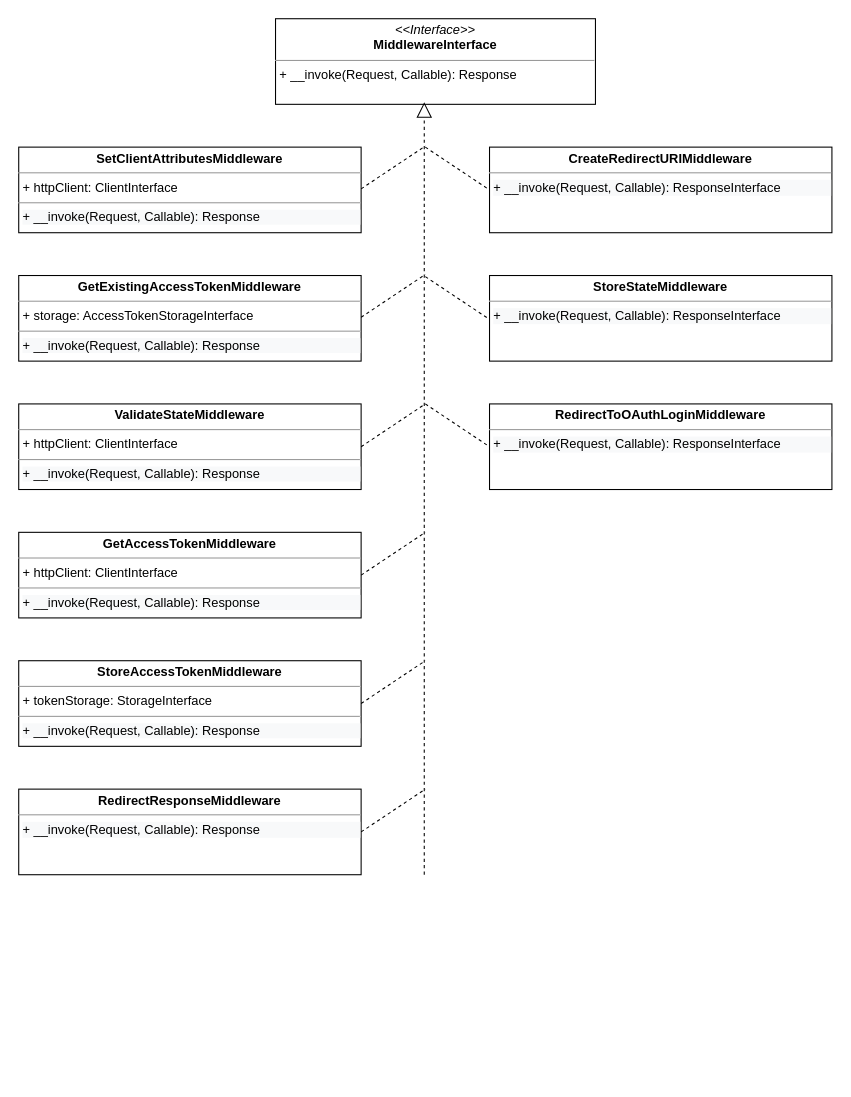
This is page "Page-1" (1 of 3) of oauth.drawio from andrzej-pakula/oauth-api-connector-bundle, a draw.io file, before an edit. Source tidied: cells renumbered, new cells numbered last; positions are measured from the earlier drawing's top-left corner, leaving out a move shared by most shapes. Both pictures are drawn from the tidied source at 107%, with x=0, y=0 at pixel (18, 18).
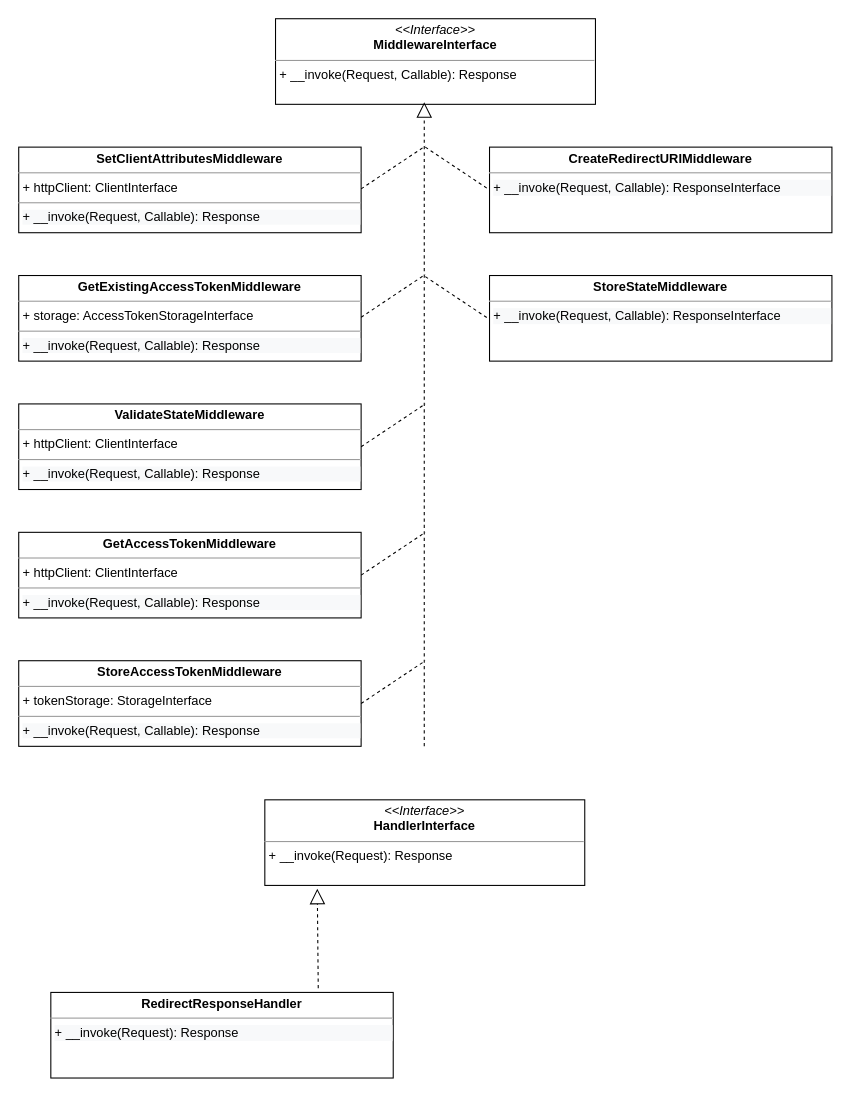
The same page after the edit.

Change to the diagram source:
```diff
@@
-    <mxCell id="5" value="&lt;p style=&quot;margin: 0px ; margin-top: 4px ; text-align: center&quot;&gt;&lt;b&gt;RedirectResponseMiddleware&lt;/b&gt;&lt;/p&gt;&lt;hr size=&quot;1&quot;&gt;&lt;p style=&quot;margin: 0px ; margin-left: 4px&quot;&gt;&lt;/p&gt;&lt;p style=&quot;margin: 0px ; margin-left: 4px&quot;&gt;&lt;span style=&quot;color: rgb(0 , 0 , 0) ; font-family: &amp;#34;helvetica&amp;#34; ; font-size: 12px ; font-style: normal ; font-weight: 400 ; letter-spacing: normal ; text-align: left ; text-indent: 0px ; text-transform: none ; word-spacing: 0px ; background-color: rgb(248 , 249 , 250) ; float: none ; display: inline&quot;&gt;&lt;/span&gt;&lt;/p&gt;&lt;p style=&quot;color: rgb(0 , 0 , 0) ; font-family: &amp;#34;helvetica&amp;#34; ; font-size: 12px ; font-style: normal ; font-weight: 400 ; letter-spacing: normal ; text-align: left ; text-indent: 0px ; text-transform: none ; word-spacing: 0px ; background-color: rgb(248 , 249 , 250) ; margin: 0px 0px 0px 4px&quot;&gt;&lt;span&gt;+ __invoke(Request, Callable): Response&lt;/span&gt;&lt;/p&gt;" style="verticalAlign=top;align=left;overflow=fill;fontSize=12;fontFamily=Helvetica;html=1;" parent="1" vertex="1">
-      <mxGeometry y="720" width="320" height="80" as="geometry" />
-    </mxCell>
@@
-    <mxCell id="8" value="&lt;p style=&quot;margin: 0px ; margin-top: 4px ; text-align: center&quot;&gt;&lt;b&gt;RedirectToOAuthLoginMiddleware&lt;/b&gt;&lt;/p&gt;&lt;hr size=&quot;1&quot;&gt;&lt;p style=&quot;margin: 0px ; margin-left: 4px&quot;&gt;&lt;/p&gt;&lt;p style=&quot;margin: 0px ; margin-left: 4px&quot;&gt;&lt;span style=&quot;color: rgb(0 , 0 , 0) ; font-family: &amp;#34;helvetica&amp;#34; ; font-size: 12px ; font-style: normal ; font-weight: 400 ; letter-spacing: normal ; text-align: left ; text-indent: 0px ; text-transform: none ; word-spacing: 0px ; background-color: rgb(248 , 249 , 250) ; float: none ; display: inline&quot;&gt;&lt;/span&gt;&lt;/p&gt;&lt;p style=&quot;color: rgb(0 , 0 , 0) ; font-family: &amp;#34;helvetica&amp;#34; ; font-size: 12px ; font-style: normal ; font-weight: 400 ; letter-spacing: normal ; text-align: left ; text-indent: 0px ; text-transform: none ; word-spacing: 0px ; background-color: rgb(248 , 249 , 250) ; margin: 0px 0px 0px 4px&quot;&gt;&lt;span&gt;+ __invoke(Request, Callable): ResponseInterface&lt;/span&gt;&lt;/p&gt;" style="verticalAlign=top;align=left;overflow=fill;fontSize=12;fontFamily=Helvetica;html=1;" parent="1" vertex="1">
-      <mxGeometry x="440" y="360" width="320" height="80" as="geometry" />
-    </mxCell>
     <mxCell id="9" style="endArrow=block;dashed=1;endFill=0;endSize=12;html=1;" parent="1" edge="1">
       <mxGeometry relative="1" as="geometry">
-        <mxPoint x="379" y="800" as="sourcePoint" />
+        <mxPoint x="379" y="680" as="sourcePoint" />
         <mxPoint x="379" y="78" as="targetPoint" />
       </mxGeometry>
     </mxCell>
@@
-    <mxCell id="13" style="endArrow=none;dashed=1;html=1;exitX=1;exitY=0.5;exitDx=0;exitDy=0;" parent="1" edge="1">
-      <mxGeometry relative="1" as="geometry">
-        <mxPoint x="320" y="760" as="sourcePoint" />
-        <mxPoint x="380" y="720" as="targetPoint" />
-        <Array as="points">
-          <mxPoint x="380" y="720" />
-        </Array>
-      </mxGeometry>
-    </mxCell>
@@
-    <mxCell id="21" style="endArrow=none;dashed=1;html=1;entryX=0;entryY=0.5;entryDx=0;entryDy=0;entryPerimeter=0;" parent="1" edge="1">
-      <mxGeometry relative="1" as="geometry">
-        <mxPoint x="380" y="360" as="sourcePoint" />
-        <mxPoint x="440" y="400" as="targetPoint" />
-      </mxGeometry>
-    </mxCell>
+    <mxCell id="22" value="&lt;p style=&quot;margin: 0px ; margin-top: 4px ; text-align: center&quot;&gt;&lt;i&gt;&amp;lt;&amp;lt;Interface&amp;gt;&amp;gt;&lt;/i&gt;&lt;br&gt;&lt;b&gt;HandlerInterface&lt;/b&gt;&lt;/p&gt;&lt;hr size=&quot;1&quot;&gt;&lt;p style=&quot;margin: 0px ; margin-left: 4px&quot;&gt;&lt;span&gt;+ __invoke(Request): Response&lt;/span&gt;&lt;/p&gt;&amp;nbsp;&amp;nbsp;&lt;p style=&quot;margin: 0px ; margin-left: 4px&quot;&gt;&lt;br&gt;&lt;/p&gt;" style="verticalAlign=top;align=left;overflow=fill;fontSize=12;fontFamily=Helvetica;html=1;" parent="1" vertex="1">
+      <mxGeometry x="230" y="730" width="299" height="80" as="geometry" />
+    </mxCell>
+    <mxCell id="23" value="&lt;p style=&quot;margin: 0px ; margin-top: 4px ; text-align: center&quot;&gt;&lt;b&gt;RedirectResponseHandler&lt;/b&gt;&lt;/p&gt;&lt;hr size=&quot;1&quot;&gt;&lt;p style=&quot;margin: 0px ; margin-left: 4px&quot;&gt;&lt;/p&gt;&lt;p style=&quot;margin: 0px ; margin-left: 4px&quot;&gt;&lt;span style=&quot;color: rgb(0 , 0 , 0) ; font-family: &amp;#34;helvetica&amp;#34; ; font-size: 12px ; font-style: normal ; font-weight: 400 ; letter-spacing: normal ; text-align: left ; text-indent: 0px ; text-transform: none ; word-spacing: 0px ; background-color: rgb(248 , 249 , 250) ; float: none ; display: inline&quot;&gt;&lt;/span&gt;&lt;/p&gt;&lt;p style=&quot;color: rgb(0 , 0 , 0) ; font-family: &amp;#34;helvetica&amp;#34; ; font-size: 12px ; font-style: normal ; font-weight: 400 ; letter-spacing: normal ; text-align: left ; text-indent: 0px ; text-transform: none ; word-spacing: 0px ; background-color: rgb(248 , 249 , 250) ; margin: 0px 0px 0px 4px&quot;&gt;&lt;span&gt;+ __invoke(Request): Response&lt;/span&gt;&lt;/p&gt;" style="verticalAlign=top;align=left;overflow=fill;fontSize=12;fontFamily=Helvetica;html=1;" parent="1" vertex="1">
+      <mxGeometry x="30" y="910" width="320" height="80" as="geometry" />
+    </mxCell>
+    <mxCell id="24" style="endArrow=block;dashed=1;endFill=0;endSize=12;html=1;entryX=0.164;entryY=1.038;entryDx=0;entryDy=0;entryPerimeter=0;exitX=0.781;exitY=-0.05;exitDx=0;exitDy=0;exitPerimeter=0;" parent="1" edge="1" source="23" target="22">
+      <mxGeometry relative="1" as="geometry" />
+    </mxCell>
```
